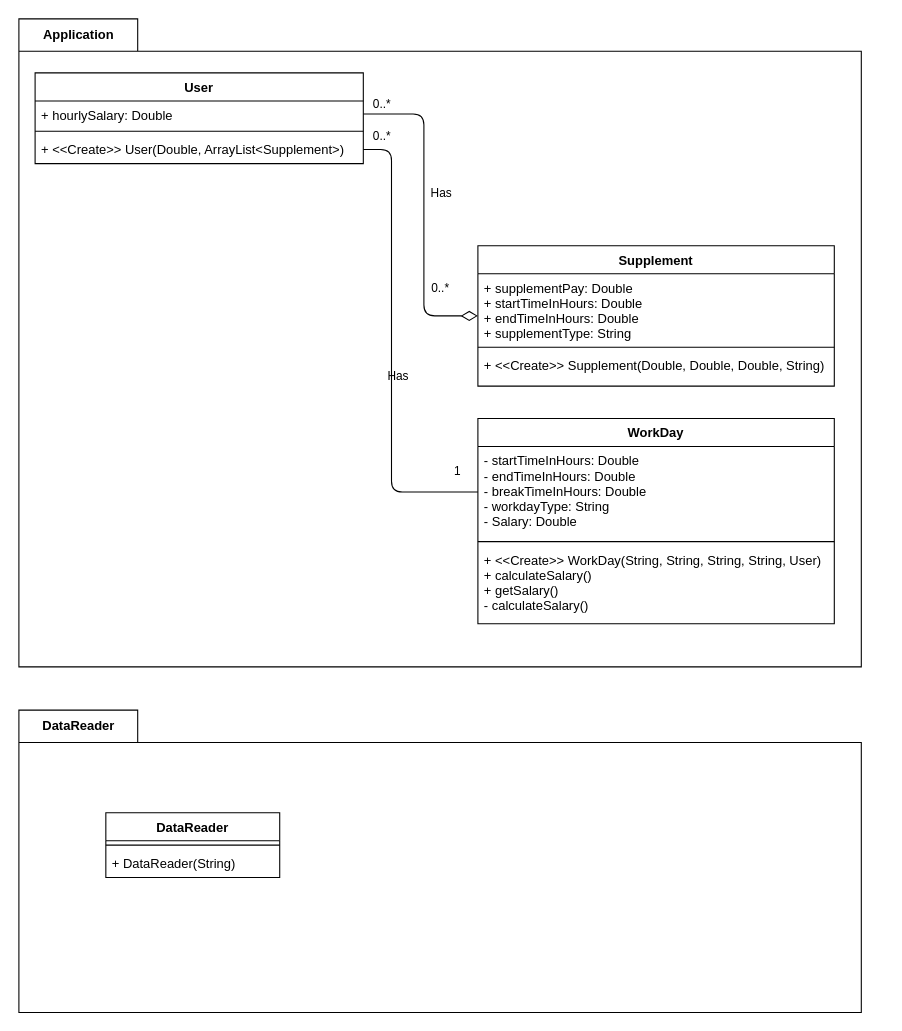
Before: docs/DomainLogicClassDiagram.drawio in Lukan707/PaymentForecast, a draw.io diagram. Source tidied: cells renumbered, new cells numbered last; positions are measured from the earlier drawing's top-left corner, leaving out a move shared by most shapes. Both pictures are drawn from the tidied source at 108%, with x=0, y=0 at pixel (18, 18).
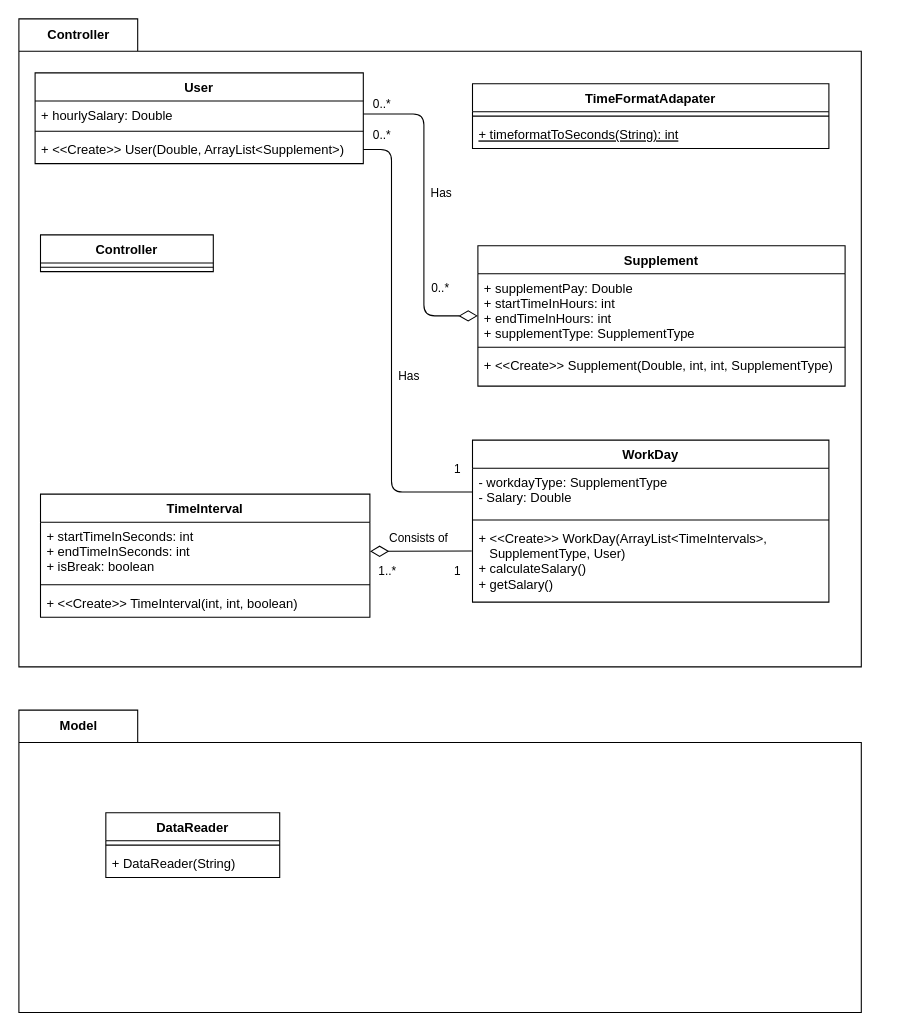
After the change.

Commit message (it also covers changes not shown here):
Adjusted UML Class diagrams

The change refers to these unchanged cells:
```xml
<mxCell id="14" value="+ hourlySalary: Double" style="text;strokeColor=none;fillColor=none;align=left;verticalAlign=top;spacingLeft=4;spacingRight=4;overflow=hidden;points=[[0,0.5],[1,0.5]];portConstraint=eastwest;" parent="13" vertex="1">
  <mxGeometry y="26" width="303.9" height="24" as="geometry" />
</mxCell>
```

The edit, as a diff of the source:
```diff
@@
-    <mxCell id="2" value="Application" style="shape=folder;fontStyle=1;tabWidth=110;tabHeight=30;tabPosition=left;html=1;boundedLbl=1;labelInHeader=1;" parent="1" vertex="1">
+    <mxCell id="2" value="Controller" style="shape=folder;fontStyle=1;tabWidth=110;tabHeight=30;tabPosition=left;html=1;boundedLbl=1;labelInHeader=1;" parent="1" vertex="1">
       <mxGeometry width="780" height="600" as="geometry" />
     </mxCell>
     <mxCell id="3" style="html=1;strokeColor=none;fillColor=none;" parent="2" vertex="1">
-      <mxGeometry width="800.26" height="518.81" relative="1" as="geometry">
+      <mxGeometry width="800.26" height="570" relative="1" as="geometry">
         <mxPoint y="30" as="offset" />
       </mxGeometry>
     </mxCell>
@@
     <mxCell id="5" value="Has" style="edgeLabel;html=1;align=center;verticalAlign=middle;" parent="2" vertex="1">
-      <mxGeometry x="400" y="190" as="geometry">
+      <mxGeometry x="410" y="190" as="geometry">
         <mxPoint x="-50" y="140" as="offset" />
       </mxGeometry>
     </mxCell>
+    <mxCell id="29" value="TimeFormatAdapater" style="swimlane;fontStyle=1;align=center;verticalAlign=top;horizontal=1;startSize=26;" parent="2" vertex="1">
+      <mxGeometry x="420" y="60" width="330" height="60" as="geometry" />
+    </mxCell>
+    <mxCell id="30" style="line;strokeWidth=1;fillColor=none;align=left;verticalAlign=middle;spacingTop=-1;spacingLeft=3;spacingRight=3;labelPosition=right;strokeColor=inherit;" parent="29" vertex="1">
+      <mxGeometry y="26" width="330" height="8" as="geometry" />
+    </mxCell>
+    <mxCell id="31" value="+ timeformatToSeconds(String): int" style="text;strokeColor=none;fillColor=none;align=left;verticalAlign=top;spacingLeft=4;spacingRight=4;overflow=hidden;fontStyle=4;" parent="29" vertex="1">
+      <mxGeometry y="34" width="330" height="26" as="geometry" />
+    </mxCell>
+    <mxCell id="25" value="WorkDay" style="swimlane;fontStyle=1;align=center;verticalAlign=top;horizontal=1;startSize=26;" parent="2" vertex="1">
+      <mxGeometry x="420" y="390" width="330" height="150" as="geometry" />
+    </mxCell>
+    <mxCell id="26" value="- workdayType: SupplementType&#10;- Salary: Double " style="text;strokeColor=none;fillColor=none;align=left;verticalAlign=top;spacingLeft=4;spacingRight=4;overflow=hidden;points=[[0,0.5],[1,0.5]];portConstraint=eastwest;" parent="25" vertex="1">
+      <mxGeometry y="26" width="330" height="44" as="geometry" />
+    </mxCell>
+    <mxCell id="27" style="line;strokeWidth=1;fillColor=none;align=left;verticalAlign=middle;spacingTop=-1;spacingLeft=3;spacingRight=3;labelPosition=right;strokeColor=inherit;" parent="25" vertex="1">
+      <mxGeometry y="70" width="330" height="8" as="geometry" />
+    </mxCell>
+    <mxCell id="28" value="+ &lt;&lt;Create&gt;&gt; WorkDay(ArrayList&lt;TimeIntervals&gt;, &#10;   SupplementType, User)&#10;+ calculateSalary()&#10;+ getSalary()" style="text;strokeColor=none;fillColor=none;align=left;verticalAlign=top;spacingLeft=4;spacingRight=4;overflow=hidden;points=[[0,0.5],[1,0.5]];portConstraint=eastwest;" parent="25" vertex="1">
+      <mxGeometry y="78" width="330" height="72" as="geometry" />
+    </mxCell>
+    <mxCell id="32" style="edgeStyle=none;html=1;exitX=-0.002;exitY=0.342;exitDx=0;exitDy=0;entryX=1;entryY=0.5;entryDx=0;entryDy=0;exitPerimeter=0;endArrow=diamondThin;endFill=0;startSize=6;endSize=15;" parent="2" edge="1" source="28" target="37">
+      <mxGeometry relative="1" as="geometry" />
+    </mxCell>
+    <mxCell id="33" value="Consists of" style="edgeLabel;html=1;align=center;verticalAlign=middle;" parent="32" vertex="1">
+      <mxGeometry x="-0.26" y="1" relative="1" as="geometry">
+        <mxPoint x="-15" y="-13" as="offset" />
+      </mxGeometry>
+    </mxCell>
+    <mxCell id="34" value="1..*" style="edgeLabel;html=1;align=center;verticalAlign=middle;" parent="32" vertex="1">
+      <mxGeometry x="-0.36" relative="1" as="geometry">
+        <mxPoint x="-49" y="18" as="offset" />
+      </mxGeometry>
+    </mxCell>
+    <mxCell id="35" value="1" style="edgeLabel;html=1;align=center;verticalAlign=middle;" parent="32" vertex="1">
+      <mxGeometry x="-0.3" y="-1" relative="1" as="geometry">
+        <mxPoint x="19" y="19" as="offset" />
+      </mxGeometry>
+    </mxCell>
+    <mxCell id="36" value="TimeInterval" style="swimlane;fontStyle=1;align=center;verticalAlign=top;horizontal=1;startSize=26;" parent="2" vertex="1">
+      <mxGeometry x="20" y="440" width="305" height="114" as="geometry" />
+    </mxCell>
+    <mxCell id="37" value="+ startTimeInSeconds: int&#10;+ endTimeInSeconds: int&#10;+ isBreak: boolean" style="text;strokeColor=none;fillColor=none;align=left;verticalAlign=top;spacingLeft=4;spacingRight=4;overflow=hidden;points=[[0,0.5],[1,0.5]];portConstraint=eastwest;" parent="36" vertex="1">
+      <mxGeometry y="26" width="305" height="54" as="geometry" />
+    </mxCell>
+    <mxCell id="38" style="line;strokeWidth=1;fillColor=none;align=left;verticalAlign=middle;spacingTop=-1;spacingLeft=3;spacingRight=3;labelPosition=right;strokeColor=inherit;" parent="36" vertex="1">
+      <mxGeometry y="80" width="305" height="8" as="geometry" />
+    </mxCell>
+    <mxCell id="39" value="+ &lt;&lt;Create&gt;&gt; TimeInterval(int, int, boolean)" style="text;strokeColor=none;fillColor=none;align=left;verticalAlign=top;spacingLeft=4;spacingRight=4;overflow=hidden;" parent="36" vertex="1">
+      <mxGeometry y="88" width="305" height="26" as="geometry" />
+    </mxCell>
+    <mxCell id="40" value="Controller" style="swimlane;fontStyle=1;align=center;verticalAlign=top;horizontal=1;startSize=26;" parent="2" vertex="1">
+      <mxGeometry x="20" y="200" width="160" height="34" as="geometry" />
+    </mxCell>
+    <mxCell id="41" style="line;strokeWidth=1;fillColor=none;align=left;verticalAlign=middle;spacingTop=-1;spacingLeft=3;spacingRight=3;labelPosition=right;strokeColor=inherit;" parent="40" vertex="1">
+      <mxGeometry y="26" width="160" height="8" as="geometry" />
+    </mxCell>
     <mxCell id="6" value="Supplement&#10;" style="swimlane;fontStyle=1;align=center;verticalAlign=top;horizontal=1;startSize=26;" parent="1" vertex="1">
-      <mxGeometry x="425" y="210" width="330" height="130" as="geometry" />
+      <mxGeometry x="425" y="210" width="340" height="130" as="geometry" />
     </mxCell>
-    <mxCell id="7" value="+ supplementPay: Double&#10;+ startTimeInHours: Double&#10;+ endTimeInHours: Double&#10;+ supplementType: String" style="text;strokeColor=none;fillColor=none;align=left;verticalAlign=top;spacingLeft=4;spacingRight=4;overflow=hidden;" parent="6" vertex="1">
-      <mxGeometry y="26" width="330" height="64" as="geometry" />
+    <mxCell id="7" value="+ supplementPay: Double&#10;+ startTimeInHours: int&#10;+ endTimeInHours: int&#10;+ supplementType: SupplementType" style="text;strokeColor=none;fillColor=none;align=left;verticalAlign=top;spacingLeft=4;spacingRight=4;overflow=hidden;" parent="6" vertex="1">
+      <mxGeometry y="26" width="340" height="64" as="geometry" />
     </mxCell>
     <mxCell id="8" style="line;strokeWidth=1;fillColor=none;align=left;verticalAlign=middle;spacingTop=-1;spacingLeft=3;spacingRight=3;labelPosition=right;strokeColor=inherit;" parent="6" vertex="1">
-      <mxGeometry y="90" width="330" height="8" as="geometry" />
+      <mxGeometry y="90" width="340" height="8" as="geometry" />
     </mxCell>
-    <mxCell id="9" value="+ &lt;&lt;Create&gt;&gt; Supplement(Double, Double, Double, String)" style="text;strokeColor=none;fillColor=none;align=left;verticalAlign=top;spacingLeft=4;spacingRight=4;overflow=hidden;" parent="6" vertex="1">
-      <mxGeometry y="98" width="330" height="32" as="geometry" />
+    <mxCell id="9" value="+ &lt;&lt;Create&gt;&gt; Supplement(Double, int, int, SupplementType)" style="text;strokeColor=none;fillColor=none;align=left;verticalAlign=top;spacingLeft=4;spacingRight=4;overflow=hidden;" parent="6" vertex="1">
+      <mxGeometry y="98" width="340" height="32" as="geometry" />
     </mxCell>
-    <mxCell id="10" style="edgeStyle=none;html=1;exitX=1;exitY=0.5;exitDx=0;exitDy=0;endArrow=diamondThin;endFill=0;strokeWidth=1;endSize=13;" parent="1" edge="1" source="14" target="6">
+    <mxCell id="10" style="edgeStyle=none;html=1;exitX=1;exitY=0.5;exitDx=0;exitDy=0;endArrow=diamondThin;endFill=0;strokeWidth=1;endSize=15;" parent="1" edge="1" source="14" target="6">
       <mxGeometry relative="1" as="geometry">
         <Array as="points">
           <mxPoint x="375" y="88" />
           <mxPoint x="375" y="275" />
         </Array>
       </mxGeometry>
     </mxCell>
@@
-    <mxCell id="20" value="DataReader" style="shape=folder;fontStyle=1;tabWidth=110;tabHeight=30;tabPosition=left;html=1;boundedLbl=1;labelInHeader=1;" parent="1" vertex="1">
+    <mxCell id="20" value="Model" style="shape=folder;fontStyle=1;tabWidth=110;tabHeight=30;tabPosition=left;html=1;boundedLbl=1;labelInHeader=1;" parent="1" vertex="1">
       <mxGeometry y="640" width="780" height="280" as="geometry" />
     </mxCell>
@@
-    <mxCell id="25" value="WorkDay" style="swimlane;fontStyle=1;align=center;verticalAlign=top;horizontal=1;startSize=26;" parent="1" vertex="1">
-      <mxGeometry x="425" y="370" width="330" height="190" as="geometry" />
-    </mxCell>
-    <mxCell id="26" value="- startTimeInHours: Double&#10;- endTimeInHours: Double&#10;- breakTimeInHours: Double&#10;- workdayType: String&#10;- Salary: Double " style="text;strokeColor=none;fillColor=none;align=left;verticalAlign=top;spacingLeft=4;spacingRight=4;overflow=hidden;points=[[0,0.5],[1,0.5]];portConstraint=eastwest;" parent="25" vertex="1">
-      <mxGeometry y="26" width="330" height="84" as="geometry" />
-    </mxCell>
-    <mxCell id="27" style="line;strokeWidth=1;fillColor=none;align=left;verticalAlign=middle;spacingTop=-1;spacingLeft=3;spacingRight=3;labelPosition=right;strokeColor=inherit;" parent="25" vertex="1">
-      <mxGeometry y="110" width="330" height="8" as="geometry" />
-    </mxCell>
-    <mxCell id="28" value="+ &lt;&lt;Create&gt;&gt; WorkDay(String, String, String, String, User)&#10;+ calculateSalary()&#10;+ getSalary()&#10;- calculateSalary()" style="text;strokeColor=none;fillColor=none;align=left;verticalAlign=top;spacingLeft=4;spacingRight=4;overflow=hidden;points=[[0,0.5],[1,0.5]];portConstraint=eastwest;" parent="25" vertex="1">
-      <mxGeometry y="118" width="330" height="72" as="geometry" />
-    </mxCell>
```
